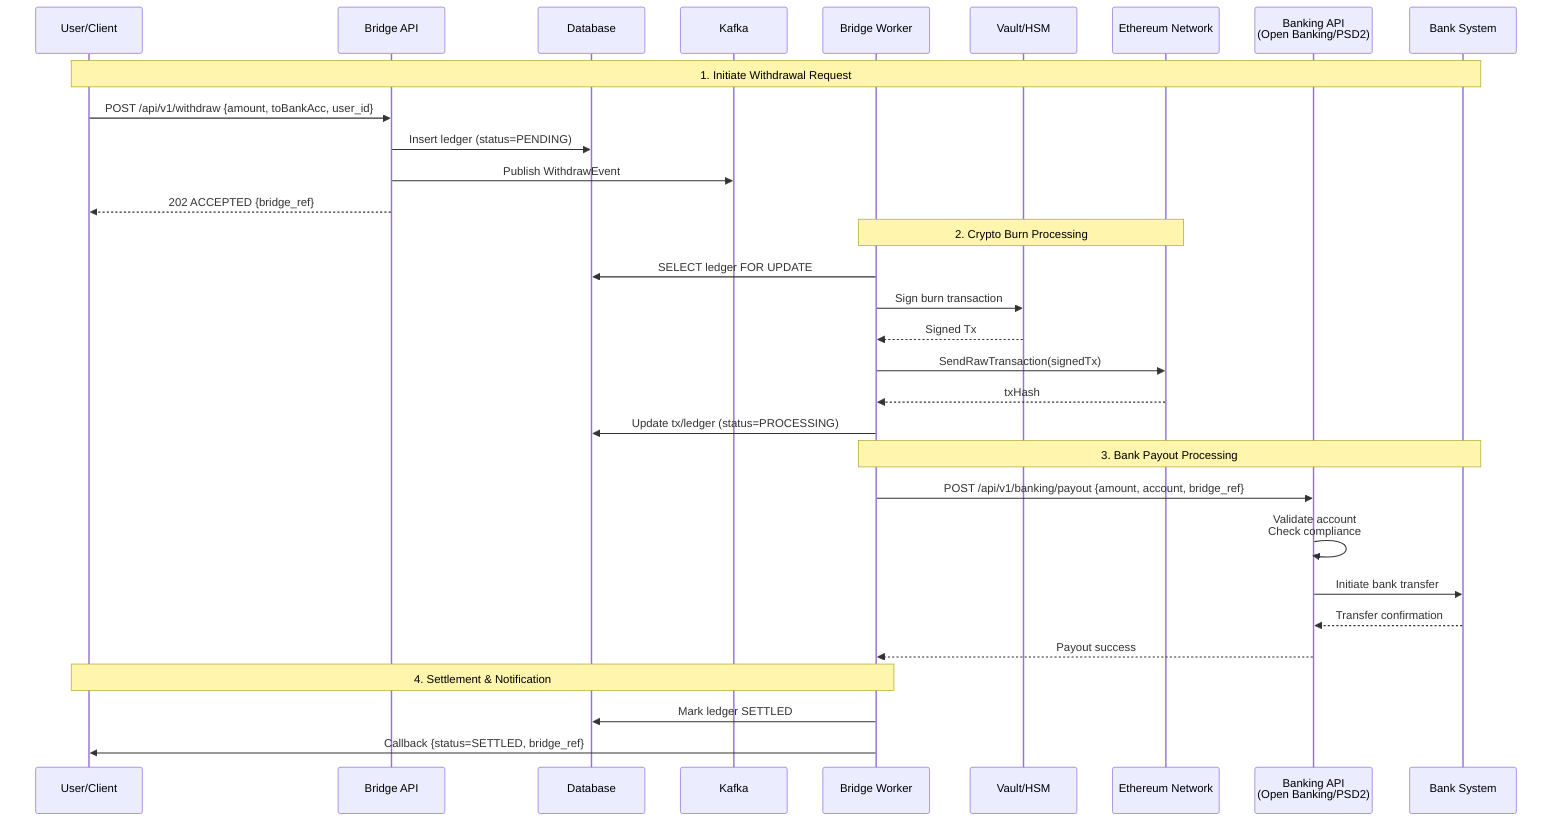
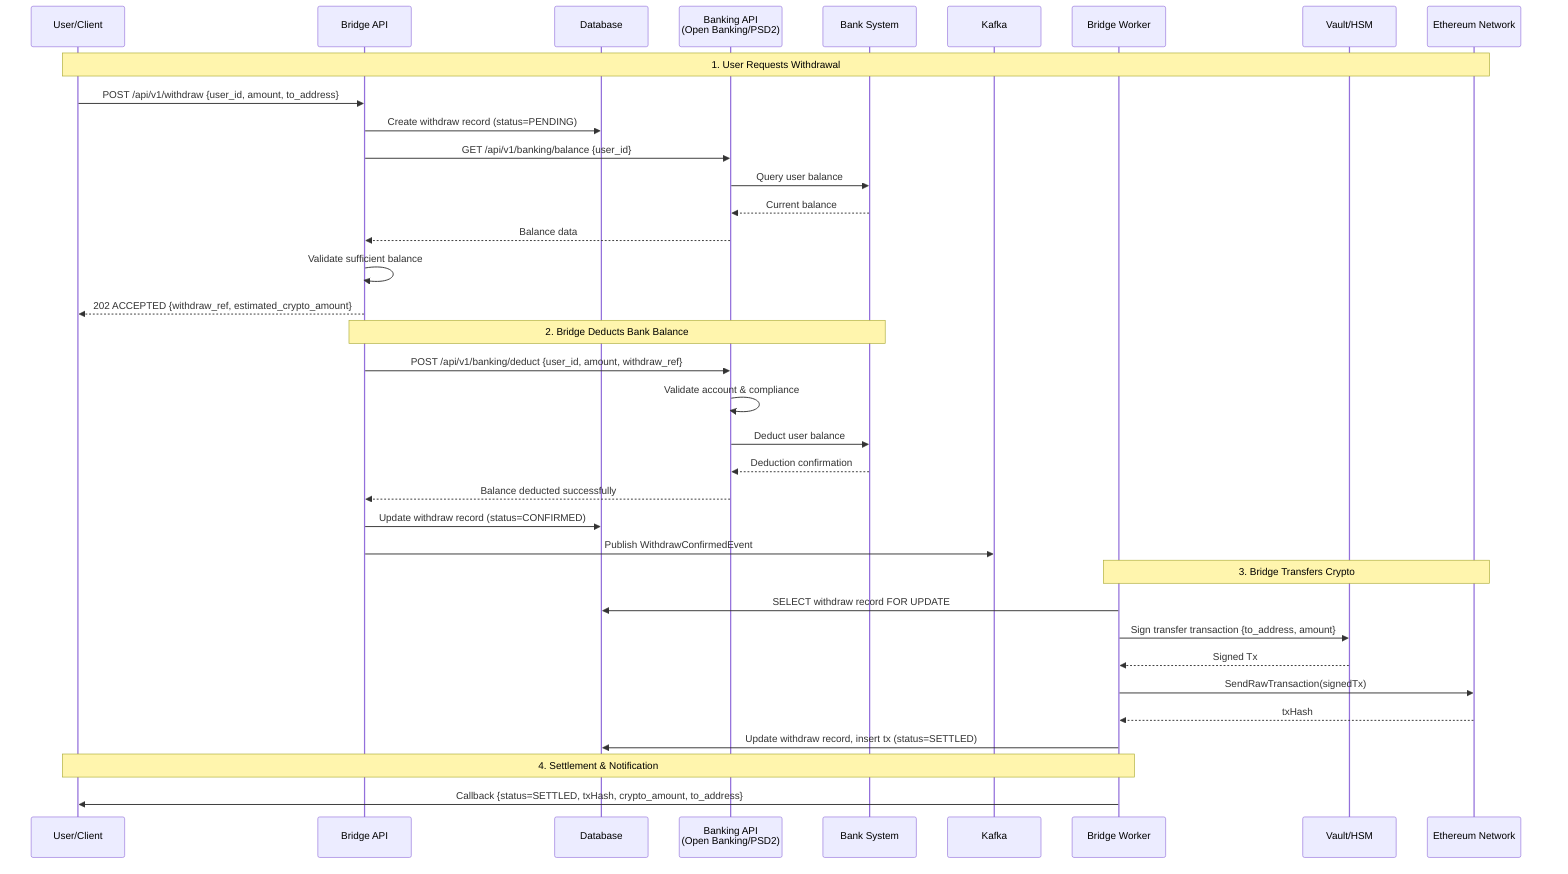
- %% Withdraw Flow: User Redeem -> Bank Payout
+ %% Withdraw Flow: User -> Bridge -> Bank -> Blockchain
sequenceDiagram
    participant User as User/Client
    participant BridgeAPI as Bridge API
    participant DB as Database
+     participant BankAPI as Banking API<br/>(Open Banking/PSD2)
+     participant Bank as Bank System
    participant Kafka as Kafka
    participant Worker as Bridge Worker
    participant Vault as Vault/HSM
    participant Ethereum as Ethereum Network
-     participant BankAPI as Banking API<br/>(Open Banking/PSD2)
-     participant Bank as Bank System

-     Note over User, Bank: 1. Initiate Withdrawal Request
-     User->>BridgeAPI: POST /api/v1/withdraw {amount, toBankAcc, user_id}
-     BridgeAPI->>DB: Insert ledger (status=PENDING)
-     BridgeAPI->>Kafka: Publish WithdrawEvent
-     BridgeAPI-->>User: 202 ACCEPTED {bridge_ref}
+     Note over User, Ethereum: 1. User Requests Withdrawal
+     User->>BridgeAPI: POST /api/v1/withdraw {user_id, amount, to_address}
+     BridgeAPI->>DB: Create withdraw record (status=PENDING)
+     BridgeAPI->>BankAPI: GET /api/v1/banking/balance {user_id}
+     BankAPI->>Bank: Query user balance
+     Bank-->>BankAPI: Current balance
+     BankAPI-->>BridgeAPI: Balance data
+     BridgeAPI->>BridgeAPI: Validate sufficient balance
+     BridgeAPI-->>User: 202 ACCEPTED {withdraw_ref, estimated_crypto_amount}

-     Note over Worker, Ethereum: 2. Crypto Burn Processing
-     Worker->>DB: SELECT ledger FOR UPDATE
-     Worker->>Vault: Sign burn transaction
+     Note over BridgeAPI, Bank: 2. Bridge Deducts Bank Balance
+     BridgeAPI->>BankAPI: POST /api/v1/banking/deduct {user_id, amount, withdraw_ref}
+     BankAPI->>BankAPI: Validate account & compliance
+     BankAPI->>Bank: Deduct user balance
+     Bank-->>BankAPI: Deduction confirmation
+     BankAPI-->>BridgeAPI: Balance deducted successfully
+     BridgeAPI->>DB: Update withdraw record (status=CONFIRMED)
+     BridgeAPI->>Kafka: Publish WithdrawConfirmedEvent
+ 
+     Note over Worker, Ethereum: 3. Bridge Transfers Crypto
+     Worker->>DB: SELECT withdraw record FOR UPDATE
+     Worker->>Vault: Sign transfer transaction {to_address, amount}
    Vault-->>Worker: Signed Tx
    Worker->>Ethereum: SendRawTransaction(signedTx)
    Ethereum-->>Worker: txHash
-     Worker->>DB: Update tx/ledger (status=PROCESSING)
- 
-     Note over Worker, Bank: 3. Bank Payout Processing
-     Worker->>BankAPI: POST /api/v1/banking/payout {amount, account, bridge_ref}
-     BankAPI->>BankAPI: Validate account<br/>Check compliance
-     BankAPI->>Bank: Initiate bank transfer
-     Bank-->>BankAPI: Transfer confirmation
-     BankAPI-->>Worker: Payout success
+     Worker->>DB: Update withdraw record, insert tx (status=SETTLED)

    Note over Worker, User: 4. Settlement & Notification
-     Worker->>DB: Mark ledger SETTLED
-     Worker->>User: Callback {status=SETTLED, bridge_ref}
+     Worker->>User: Callback {status=SETTLED, txHash, crypto_amount, to_address}
